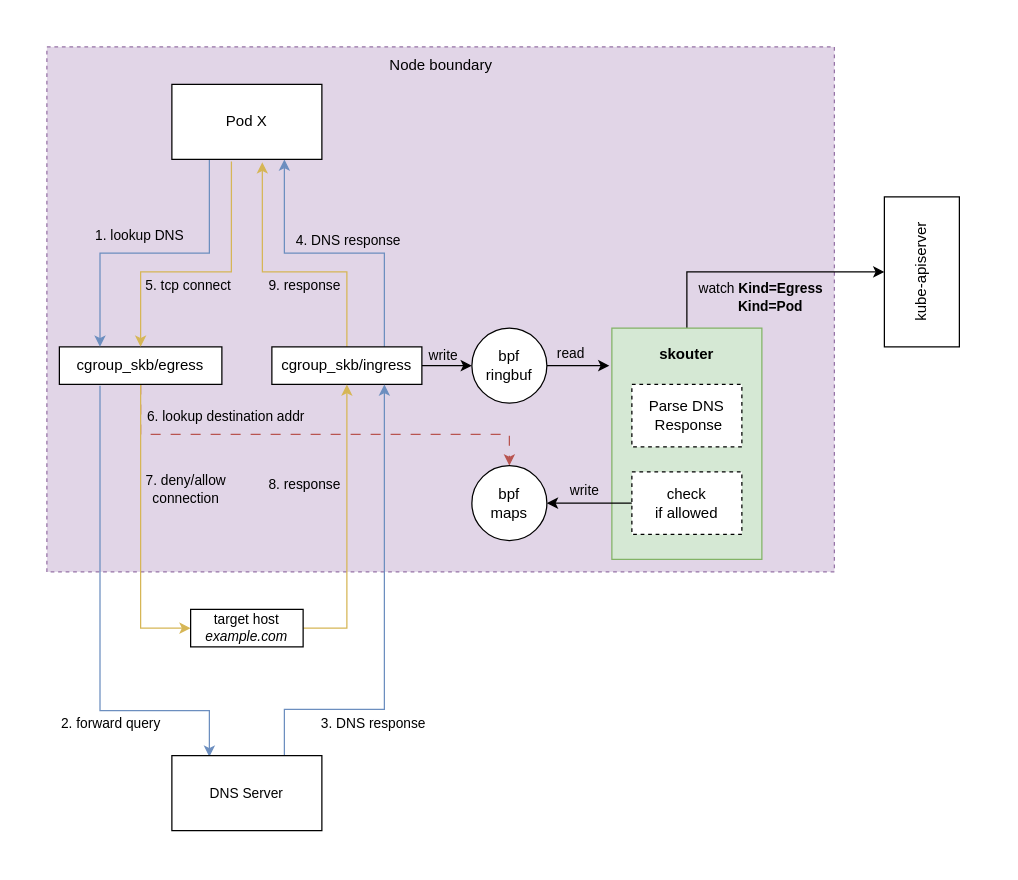
Earlier version of the draw.io diagram page "overview" (1 of 3) of diagrams.drawio (moolen/skouter). Source tidied: cells renumbered, new cells numbered last; positions are measured from the earlier drawing's top-left corner, leaving out a move shared by most shapes. Both pictures are drawn from the tidied source at 125%, with x=0, y=0 at pixel (21, 21).
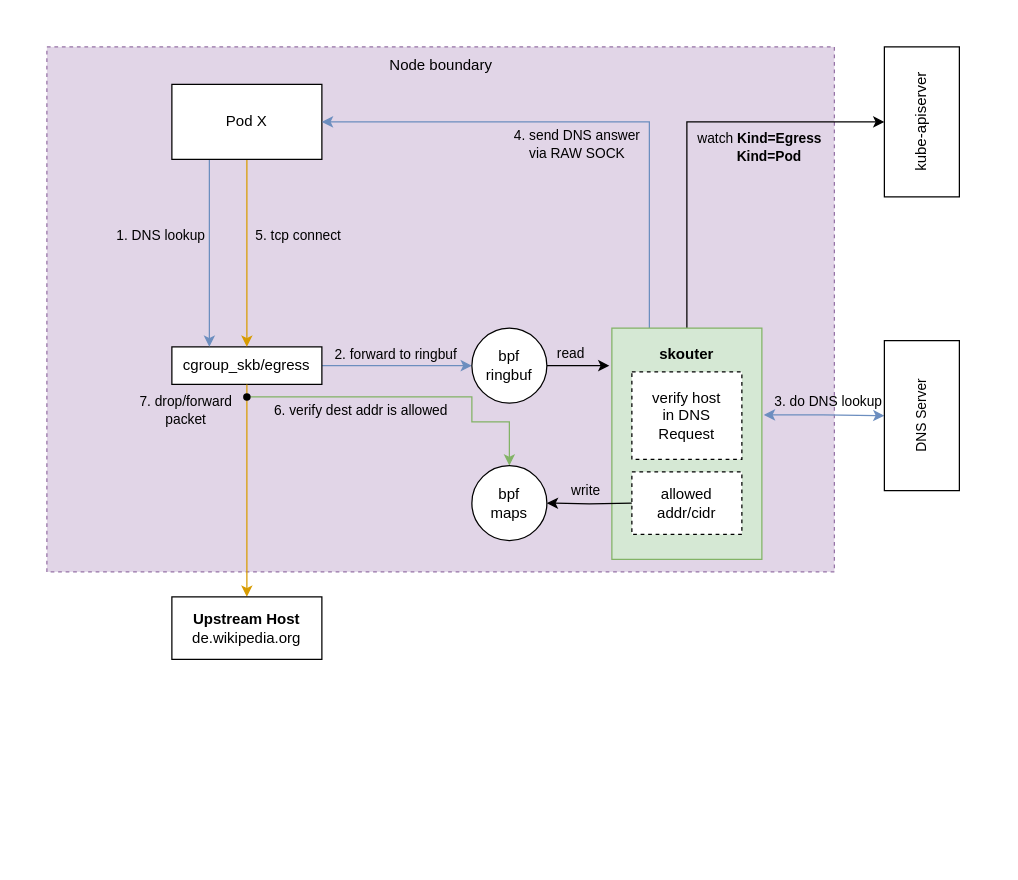
Above is the later version.

The change refers to these unchanged cells:
```xml
<mxCell id="17" style="edgeStyle=orthogonalEdgeStyle;rounded=0;jettySize=auto;html=1;exitX=0.25;exitY=1;exitDx=0;exitDy=0;entryX=0.25;entryY=0;entryDx=0;entryDy=0;fillColor=#dae8fc;strokeColor=#6c8ebf;" parent="1" edge="1" source="21" target="11">
  <mxGeometry relative="1" as="geometry" />
</mxCell>
<mxCell id="21" value="Pod X" style="rounded=0;whiteSpace=wrap;html=1;" parent="1" vertex="1">
  <mxGeometry x="120" y="50" width="120" height="60" as="geometry" />
</mxCell>
<mxCell id="24" value="&lt;b&gt;skouter&lt;/b&gt;&lt;br&gt;&lt;br&gt;&lt;br&gt;&lt;br&gt;&lt;br&gt;&lt;br&gt;&lt;br&gt;&lt;br&gt;&lt;br&gt;&lt;br&gt;&lt;br&gt;" style="whiteSpace=wrap;html=1;fillColor=#d5e8d4;strokeColor=#82b366;" parent="1" vertex="1">
  <mxGeometry x="472" y="245" width="120" height="185" as="geometry" />
</mxCell>
<mxCell id="25" value="bpf&lt;br&gt;ringbuf" style="ellipse;whiteSpace=wrap;html=1;" parent="1" vertex="1">
  <mxGeometry x="360" y="245" width="60" height="60" as="geometry" />
</mxCell>
<mxCell id="27" value="bpf&lt;br&gt;maps" style="ellipse;whiteSpace=wrap;html=1;" parent="1" vertex="1">
  <mxGeometry x="360" y="355" width="60" height="60" as="geometry" />
</mxCell>
```

The edit, as a diff of the source:
```diff
@@
-    <mxCell id="4" style="edgeStyle=orthogonalEdgeStyle;rounded=0;jettySize=auto;html=1;exitX=1;exitY=0.5;exitDx=0;exitDy=0;entryX=0;entryY=0.5;entryDx=0;entryDy=0;" parent="1" edge="1" source="16" target="25">
-      <mxGeometry relative="1" as="geometry" />
-    </mxCell>
-    <mxCell id="5" value="write" style="edgeLabel;html=1;align=center;verticalAlign=middle;labelBackgroundColor=none;" parent="4" vertex="1">
-      <mxGeometry x="0.2" relative="1" as="geometry">
-        <mxPoint x="-8" y="-9" as="offset" />
-      </mxGeometry>
-    </mxCell>
-    <mxCell id="6" value="2. forward query" style="edgeStyle=orthogonalEdgeStyle;rounded=0;orthogonalLoop=1;jettySize=auto;html=1;exitX=0.25;exitY=1;exitDx=0;exitDy=0;entryX=0.25;entryY=0;entryDx=0;entryDy=0;labelBackgroundColor=none;fontSize=11;fillColor=#dae8fc;strokeColor=#6c8ebf;" parent="1" edge="1">
-      <mxGeometry x="0.39" y="-10" relative="1" as="geometry">
-        <mxPoint x="62.5" y="291" as="sourcePoint" />
-        <mxPoint x="150" y="588" as="targetPoint" />
-        <Array as="points">
-          <mxPoint x="63" y="551" />
-          <mxPoint x="150" y="551" />
-        </Array>
-        <mxPoint x="1" as="offset" />
-      </mxGeometry>
-    </mxCell>
-    <mxCell id="7" style="edgeStyle=orthogonalEdgeStyle;rounded=0;jettySize=auto;html=1;exitX=0.5;exitY=1;exitDx=0;exitDy=0;labelBackgroundColor=none;fontSize=11;entryX=0.5;entryY=0;entryDx=0;entryDy=0;dashed=1;dashPattern=8 8;fillColor=#f8cecc;strokeColor=#b85450;" parent="1" edge="1" source="11" target="27">
-      <mxGeometry relative="1" as="geometry">
-        <Array as="points">
-          <mxPoint x="95" y="330" />
-          <mxPoint x="390" y="330" />
-        </Array>
-      </mxGeometry>
-    </mxCell>
-    <mxCell id="8" value="6. lookup destination addr" style="edgeLabel;html=1;align=center;verticalAlign=middle;fontSize=11;labelBackgroundColor=none;" parent="7" vertex="1">
-      <mxGeometry x="-0.53" y="2" relative="1" as="geometry">
-        <mxPoint x="22" y="-13" as="offset" />
-      </mxGeometry>
-    </mxCell>
-    <mxCell id="9" style="edgeStyle=orthogonalEdgeStyle;rounded=0;jettySize=auto;html=1;exitX=0.5;exitY=1;exitDx=0;exitDy=0;entryX=0;entryY=0.5;entryDx=0;entryDy=0;labelBackgroundColor=none;fontSize=11;fillColor=#fff2cc;strokeColor=#d6b656;" parent="1" edge="1" source="11" target="33">
-      <mxGeometry relative="1" as="geometry" />
-    </mxCell>
-    <mxCell id="10" value="7. deny/allow&lt;br&gt;connection" style="edgeLabel;html=1;align=center;verticalAlign=middle;fontSize=11;labelBackgroundColor=none;" parent="9" vertex="1">
-      <mxGeometry x="-0.54" relative="1" as="geometry">
-        <mxPoint x="35" y="29" as="offset" />
-      </mxGeometry>
-    </mxCell>
+    <mxCell id="39" style="edgeStyle=orthogonalEdgeStyle;rounded=0;jettySize=auto;html=1;exitX=1;exitY=0.5;exitDx=0;exitDy=0;entryX=0;entryY=0.5;entryDx=0;entryDy=0;fillColor=#dae8fc;strokeColor=#6c8ebf;" parent="1" edge="1" source="11" target="25">
+      <mxGeometry relative="1" as="geometry" />
+    </mxCell>
+    <mxCell id="40" value="2. forward to ringbuf" style="edgeLabel;html=1;align=center;verticalAlign=middle;labelBackgroundColor=none;" parent="39" vertex="1">
+      <mxGeometry x="-0.27" relative="1" as="geometry">
+        <mxPoint x="14" y="-10" as="offset" />
+      </mxGeometry>
+    </mxCell>
+    <mxCell id="41" style="edgeStyle=orthogonalEdgeStyle;rounded=0;jettySize=auto;html=1;exitDx=0;exitDy=0;entryX=0.5;entryY=0;entryDx=0;entryDy=0;startArrow=none;startFill=0;fillColor=#ffe6cc;strokeColor=#d79b00;" parent="1" edge="1" source="52" target="48">
+      <mxGeometry relative="1" as="geometry" />
+    </mxCell>
+    <mxCell id="42" style="edgeStyle=orthogonalEdgeStyle;rounded=0;jettySize=auto;html=1;startArrow=none;startFill=0;fillColor=#d5e8d4;strokeColor=#82b366;elbow=vertical;entryX=0.5;entryY=0;entryDx=0;entryDy=0;" parent="1" edge="1" source="52" target="27">
+      <mxGeometry relative="1" as="geometry">
+        <Array as="points">
+          <mxPoint x="360" y="300" />
+          <mxPoint x="360" y="320" />
+          <mxPoint x="390" y="320" />
+        </Array>
+      </mxGeometry>
+    </mxCell>
+    <mxCell id="43" value="6. verify dest addr is allowed" style="edgeLabel;html=1;align=center;verticalAlign=middle;labelBackgroundColor=none;" parent="42" vertex="1">
+      <mxGeometry x="-0.52" y="1" relative="1" as="geometry">
+        <mxPoint x="26" y="11" as="offset" />
+      </mxGeometry>
+    </mxCell>
     <mxCell id="11" value="cgroup_skb/egress" style="whiteSpace=wrap;html=1;" parent="1" vertex="1">
-      <mxGeometry x="30" y="260" width="130" height="30" as="geometry" />
+      <mxGeometry x="120" y="260" width="120" height="30" as="geometry" />
     </mxCell>
-    <mxCell id="12" style="edgeStyle=orthogonalEdgeStyle;rounded=0;jettySize=auto;html=1;exitX=0.75;exitY=0;exitDx=0;exitDy=0;entryX=0.75;entryY=1;entryDx=0;entryDy=0;labelBackgroundColor=none;fontSize=11;fillColor=#dae8fc;strokeColor=#6c8ebf;" parent="1" edge="1" source="16" target="21">
-      <mxGeometry relative="1" as="geometry" />
-    </mxCell>
-    <mxCell id="13" value="4. DNS response" style="edgeLabel;html=1;align=center;verticalAlign=middle;fontSize=11;labelBackgroundColor=none;" parent="12" vertex="1">
-      <mxGeometry x="0.44" relative="1" as="geometry">
-        <mxPoint x="50" as="offset" />
-      </mxGeometry>
-    </mxCell>
-    <mxCell id="14" style="edgeStyle=orthogonalEdgeStyle;rounded=0;jettySize=auto;html=1;exitX=0.5;exitY=0;exitDx=0;exitDy=0;entryX=0.603;entryY=1.039;entryDx=0;entryDy=0;labelBackgroundColor=none;fontSize=11;entryPerimeter=0;fillColor=#fff2cc;strokeColor=#d6b656;" parent="1" edge="1" source="16" target="21">
-      <mxGeometry relative="1" as="geometry">
-        <Array as="points">
-          <mxPoint x="260" y="200" />
-          <mxPoint x="192" y="200" />
-        </Array>
-      </mxGeometry>
-    </mxCell>
-    <mxCell id="15" value="9. response" style="edgeLabel;html=1;align=center;verticalAlign=middle;labelBackgroundColor=none;" parent="14" vertex="1">
-      <mxGeometry x="-0.61" y="2" relative="1" as="geometry">
-        <mxPoint x="-33" y="-8" as="offset" />
-      </mxGeometry>
-    </mxCell>
-    <mxCell id="16" value="cgroup_skb/ingress" style="whiteSpace=wrap;html=1;" parent="1" vertex="1">
-      <mxGeometry x="200" y="260" width="120" height="30" as="geometry" />
-    </mxCell>
@@
-    <mxCell id="18" value="1. lookup DNS" style="edgeLabel;html=1;align=center;verticalAlign=middle;labelBackgroundColor=none;" parent="17" vertex="1">
+    <mxCell id="18" value="1. DNS lookup" style="edgeLabel;html=1;align=center;verticalAlign=middle;labelBackgroundColor=none;" parent="17" vertex="1">
       <mxGeometry x="-0.25" y="5" relative="1" as="geometry">
-        <mxPoint x="-43" y="-20" as="offset" />
+        <mxPoint x="-45" y="4" as="offset" />
       </mxGeometry>
     </mxCell>
-    <mxCell id="19" style="edgeStyle=orthogonalEdgeStyle;rounded=0;jettySize=auto;html=1;exitX=0.397;exitY=1.028;exitDx=0;exitDy=0;entryX=0.5;entryY=0;entryDx=0;entryDy=0;labelBackgroundColor=none;fontSize=11;fillColor=#fff2cc;strokeColor=#d6b656;exitPerimeter=0;" parent="1" edge="1" source="21" target="11">
-      <mxGeometry relative="1" as="geometry">
-        <Array as="points">
-          <mxPoint x="168" y="200" />
-          <mxPoint x="95" y="200" />
-        </Array>
-      </mxGeometry>
+    <mxCell id="19" style="edgeStyle=orthogonalEdgeStyle;rounded=0;jettySize=auto;html=1;exitX=0.5;exitY=1;exitDx=0;exitDy=0;entryX=0.5;entryY=0;entryDx=0;entryDy=0;startArrow=none;startFill=0;fillColor=#ffe6cc;strokeColor=#d79b00;" parent="1" edge="1" source="21" target="11">
+      <mxGeometry relative="1" as="geometry" />
     </mxCell>
-    <mxCell id="20" value="5. tcp connect" style="edgeLabel;html=1;align=center;verticalAlign=middle;fontSize=11;labelBackgroundColor=none;" parent="19" vertex="1">
-      <mxGeometry x="0.05" y="-1" relative="1" as="geometry">
-        <mxPoint x="-7" y="11" as="offset" />
+    <mxCell id="20" value="5. tcp connect" style="edgeLabel;html=1;align=center;verticalAlign=middle;labelBackgroundColor=none;" parent="19" vertex="1">
+      <mxGeometry x="-0.19" y="-2" relative="1" as="geometry">
+        <mxPoint x="42" y="-1" as="offset" />
       </mxGeometry>
     </mxCell>
@@
+    <mxCell id="44" style="edgeStyle=orthogonalEdgeStyle;rounded=0;jettySize=auto;html=1;exitX=1.013;exitY=0.159;exitDx=0;exitDy=0;entryX=0.5;entryY=0;entryDx=0;entryDy=0;fillColor=#dae8fc;strokeColor=#6c8ebf;startArrow=classic;startFill=1;exitPerimeter=0;" parent="1" edge="1" target="30">
+      <mxGeometry relative="1" as="geometry">
+        <mxPoint x="593.6" y="314.4" as="sourcePoint" />
+        <Array as="points">
+          <mxPoint x="641" y="314" />
+        </Array>
+      </mxGeometry>
+    </mxCell>
+    <mxCell id="45" value="3. do DNS lookup" style="edgeLabel;html=1;align=center;verticalAlign=middle;labelBackgroundColor=none;" parent="44" vertex="1">
+      <mxGeometry x="-0.17" y="-1" relative="1" as="geometry">
+        <mxPoint x="11" y="-12" as="offset" />
+      </mxGeometry>
+    </mxCell>
+    <mxCell id="46" style="edgeStyle=orthogonalEdgeStyle;rounded=0;jettySize=auto;html=1;exitX=0.25;exitY=0;exitDx=0;exitDy=0;entryX=1;entryY=0.5;entryDx=0;entryDy=0;startArrow=none;startFill=0;fillColor=#dae8fc;strokeColor=#6c8ebf;" parent="1" edge="1" source="24" target="21">
+      <mxGeometry relative="1" as="geometry" />
+    </mxCell>
+    <mxCell id="47" value="4. send DNS answer&lt;br&gt;via RAW SOCK" style="edgeLabel;html=1;align=center;verticalAlign=middle;labelBackgroundColor=none;" parent="46" vertex="1">
+      <mxGeometry x="0.13" y="1" relative="1" as="geometry">
+        <mxPoint x="17" y="16" as="offset" />
+      </mxGeometry>
+    </mxCell>
@@
-    <mxCell id="26" value="Parse DNS&lt;br&gt;&amp;nbsp;Response" style="whiteSpace=wrap;html=1;dashed=1;" parent="1" vertex="1">
-      <mxGeometry x="488" y="290" width="88" height="50" as="geometry" />
+    <mxCell id="26" value="verify host &lt;br&gt;in DNS&lt;br&gt;Request" style="whiteSpace=wrap;html=1;dashed=1;" parent="1" vertex="1">
+      <mxGeometry x="488" y="280" width="88" height="70" as="geometry" />
     </mxCell>
@@
-    <mxCell id="28" style="edgeStyle=orthogonalEdgeStyle;rounded=0;jettySize=auto;html=1;exitX=0.75;exitY=0;exitDx=0;exitDy=0;entryX=0.75;entryY=1;entryDx=0;entryDy=0;labelBackgroundColor=none;fontSize=11;fillColor=#dae8fc;strokeColor=#6c8ebf;" parent="1" edge="1" source="30" target="16">
-      <mxGeometry relative="1" as="geometry">
-        <Array as="points">
-          <mxPoint x="210" y="550" />
-          <mxPoint x="290" y="550" />
-        </Array>
-      </mxGeometry>
-    </mxCell>
-    <mxCell id="29" value="3. DNS response" style="edgeLabel;html=1;align=center;verticalAlign=middle;fontSize=11;" parent="28" vertex="1">
-      <mxGeometry x="-0.3" y="-2" relative="1" as="geometry">
-        <mxPoint x="-12" y="25" as="offset" />
-      </mxGeometry>
-    </mxCell>
-    <mxCell id="30" value="DNS Server" style="whiteSpace=wrap;html=1;fontSize=11;" parent="1" vertex="1">
-      <mxGeometry x="120" y="587" width="120" height="60" as="geometry" />
+    <mxCell id="30" value="DNS Server" style="whiteSpace=wrap;html=1;fontSize=11;rotation=-90;" parent="1" vertex="1">
+      <mxGeometry x="660" y="285" width="120" height="60" as="geometry" />
     </mxCell>
-    <mxCell id="31" style="edgeStyle=orthogonalEdgeStyle;rounded=0;jettySize=auto;html=1;exitX=1;exitY=0.5;exitDx=0;exitDy=0;entryX=0.5;entryY=1;entryDx=0;entryDy=0;fillColor=#fff2cc;strokeColor=#d6b656;" parent="1" edge="1" source="33" target="16">
-      <mxGeometry relative="1" as="geometry" />
-    </mxCell>
-    <mxCell id="32" value="8. response" style="edgeLabel;html=1;align=center;verticalAlign=middle;labelBackgroundColor=none;" parent="31" vertex="1">
-      <mxGeometry x="0.14" y="1" relative="1" as="geometry">
-        <mxPoint x="-34" y="-20" as="offset" />
-      </mxGeometry>
-    </mxCell>
-    <mxCell id="33" value="target host&lt;br&gt;&lt;i&gt;example.com&lt;/i&gt;" style="whiteSpace=wrap;html=1;fontSize=11;" parent="1" vertex="1">
-      <mxGeometry x="135" y="470" width="90" height="30" as="geometry" />
-    </mxCell>
-    <mxCell id="34" value="write" style="edgeStyle=orthogonalEdgeStyle;rounded=0;jettySize=auto;html=1;exitX=0;exitY=0.5;exitDx=0;exitDy=0;entryX=1;entryY=0.5;entryDx=0;entryDy=0;labelBackgroundColor=none;fontSize=11;" parent="1" edge="1" source="35" target="27">
-      <mxGeometry x="0.12" y="-10" relative="1" as="geometry" />
+    <mxCell id="34" value="write" style="edgeStyle=orthogonalEdgeStyle;rounded=0;jettySize=auto;html=1;exitX=0;exitY=0.5;exitDx=0;exitDy=0;entryX=1;entryY=0.5;entryDx=0;entryDy=0;labelBackgroundColor=none;fontSize=11;" parent="1" edge="1" target="27">
+      <mxGeometry x="0.12" y="-10" relative="1" as="geometry">
+        <mxPoint x="488" y="385" as="sourcePoint" />
+      </mxGeometry>
     </mxCell>
-    <mxCell id="35" value="check &lt;br&gt;if allowed" style="whiteSpace=wrap;html=1;dashed=1;" parent="1" vertex="1">
-      <mxGeometry x="488" y="360" width="88" height="50" as="geometry" />
-    </mxCell>
     <mxCell id="36" value="kube-apiserver" style="rounded=0;whiteSpace=wrap;html=1;rotation=-90;" parent="1" vertex="1">
-      <mxGeometry x="660" y="170" width="120" height="60" as="geometry" />
+      <mxGeometry x="660" y="50" width="120" height="60" as="geometry" />
     </mxCell>
     <mxCell id="37" value="&lt;font style=&quot;font-size: 11px;&quot;&gt;watch &lt;b&gt;Kind=Egress&lt;br&gt;&amp;nbsp; &amp;nbsp; &amp;nbsp;Kind=Pod&lt;br&gt;&lt;/b&gt;&lt;/font&gt;" style="text;html=1;align=center;verticalAlign=middle;strokeColor=none;fillColor=none;" parent="1" vertex="1">
-      <mxGeometry x="531" y="200" width="120" height="40" as="geometry" />
+      <mxGeometry x="530" y="80" width="120" height="40" as="geometry" />
     </mxCell>
@@
+    <mxCell id="48" value="&lt;b&gt;Upstream Host&lt;/b&gt;&lt;br&gt;de.wikipedia.org" style="whiteSpace=wrap;html=1;labelBackgroundColor=none;" parent="1" vertex="1">
+      <mxGeometry x="120" y="460" width="120" height="50" as="geometry" />
+    </mxCell>
+    <mxCell id="49" value="allowed addr/cidr" style="whiteSpace=wrap;html=1;dashed=1;" parent="1" vertex="1">
+      <mxGeometry x="488" y="360" width="88" height="50" as="geometry" />
+    </mxCell>
+    <mxCell id="50" style="edgeStyle=orthogonalEdgeStyle;rounded=0;jettySize=auto;html=1;exitX=0.5;exitY=1;exitDx=0;exitDy=0;entryDx=0;entryDy=0;startArrow=none;startFill=0;fillColor=#ffe6cc;strokeColor=#d79b00;endArrow=none;" parent="1" edge="1" source="11" target="52">
+      <mxGeometry relative="1" as="geometry" />
+    </mxCell>
+    <mxCell id="51" value="7. drop/forward &lt;br&gt;packet" style="edgeLabel;html=1;align=center;verticalAlign=middle;labelBackgroundColor=none;" parent="50" vertex="1">
+      <mxGeometry x="-0.38" y="2" relative="1" as="geometry">
+        <mxPoint x="-52" y="17" as="offset" />
+      </mxGeometry>
+    </mxCell>
+    <mxCell id="52" style="shape=waypoint;sketch=0;fillStyle=solid;size=6;points=[];fillColor=none;perimeter=centerPerimeter;snapToPoint=1;labelBackgroundColor=none;" parent="1" vertex="1">
+      <mxGeometry x="170" y="290" width="20" height="20" as="geometry" />
+    </mxCell>
```
